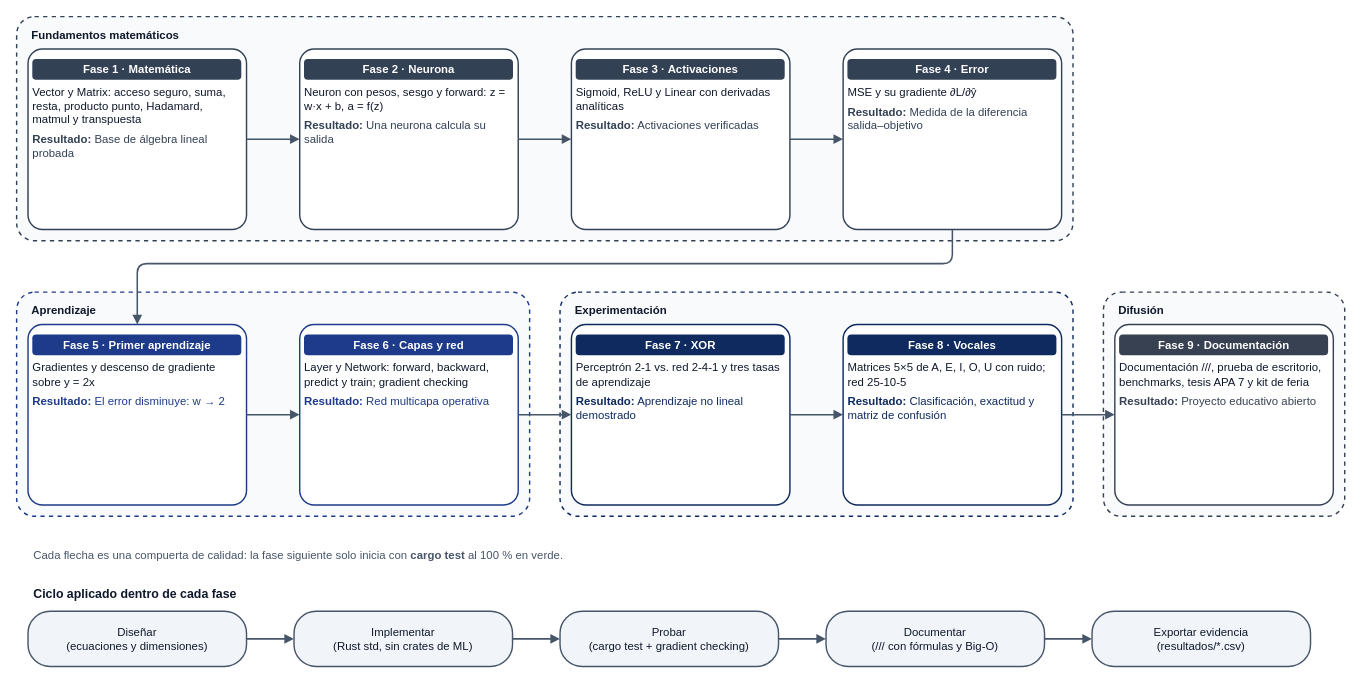
The draw.io diagram diagramas/05_fases_metodologia.drawio in Noxy-bit/Redes-Neuronales-Rust, before the edit. Source tidied: cells renumbered, new cells numbered last; positions are measured from the earlier drawing's top-left corner, leaving out a move shared by most shapes. Both pictures are drawn from the tidied source at 95%, with x=0, y=0 at pixel (16, 16).
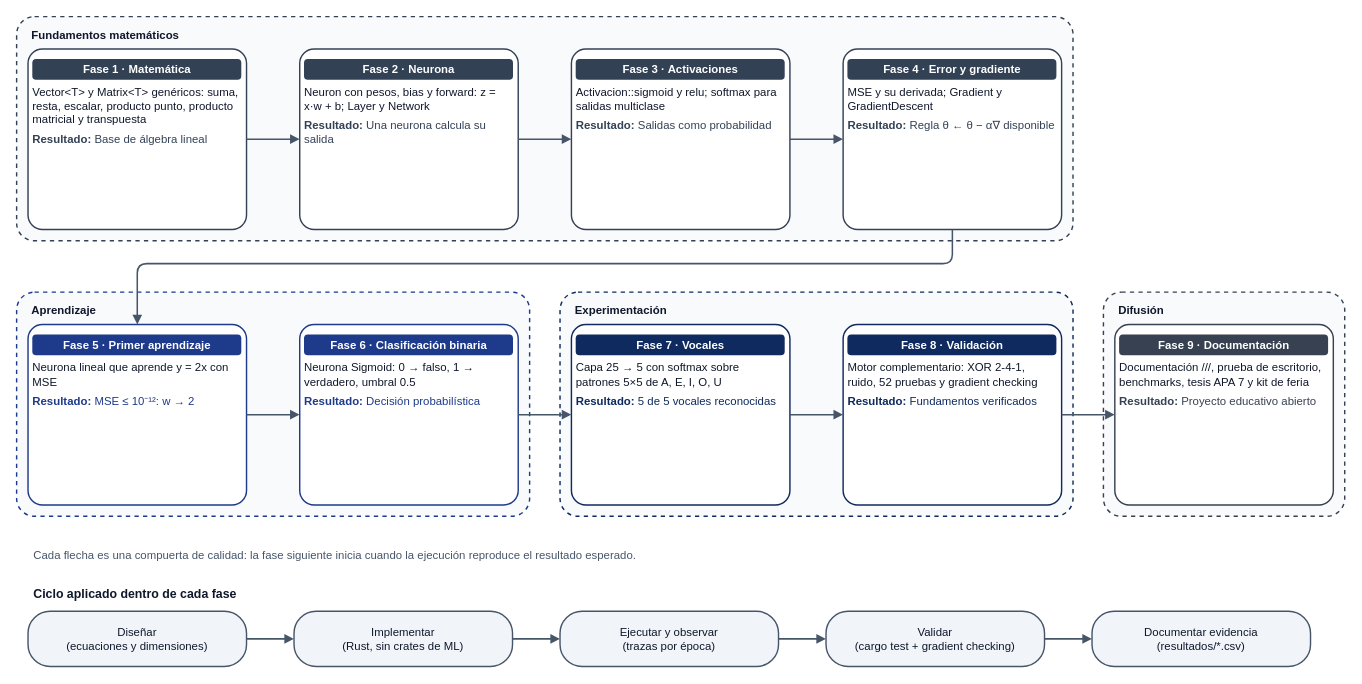
The same diagram, later.

Diff of the diagram source:
```diff
@@
-    <mxCell id="6" value="&lt;div style=&quot;background:#334155;color:#FFFFFF;padding:4px;border-radius:4px&quot;&gt;&lt;b&gt;Fase 1 · Matemática&lt;/b&gt;&lt;/div&gt;&lt;div style=&quot;text-align:left;margin-top:6px&quot;&gt;Vector y Matrix: acceso seguro, suma, resta, producto punto, Hadamard, matmul y transpuesta&lt;/div&gt;&lt;div style=&quot;text-align:left;margin-top:6px;color:#334155&quot;&gt;&lt;b&gt;Resultado:&lt;/b&gt; Base de álgebra lineal probada&lt;/div&gt;" style="rounded=1;arcSize=8;whiteSpace=wrap;html=1;fontFamily=Helvetica;fontSize=13;fontColor=#0F172A;strokeColor=#334155;fillColor=#FFFFFF;strokeWidth=1.5;spacing=6;verticalAlign=top;fontSize=12;" parent="1" vertex="1">
+    <mxCell id="6" value="&lt;div style=&quot;background:#334155;color:#FFFFFF;padding:4px;border-radius:4px&quot;&gt;&lt;b&gt;Fase 1 · Matemática&lt;/b&gt;&lt;/div&gt;&lt;div style=&quot;text-align:left;margin-top:6px&quot;&gt;Vector&amp;lt;T&amp;gt; y Matrix&amp;lt;T&amp;gt; genéricos: suma, resta, escalar, producto punto, producto matricial y transpuesta&lt;/div&gt;&lt;div style=&quot;text-align:left;margin-top:6px;color:#334155&quot;&gt;&lt;b&gt;Resultado:&lt;/b&gt; Base de álgebra lineal&lt;/div&gt;" style="rounded=1;arcSize=8;whiteSpace=wrap;html=1;fontFamily=Helvetica;fontSize=13;fontColor=#0F172A;strokeColor=#334155;fillColor=#FFFFFF;strokeWidth=1.5;spacing=6;verticalAlign=top;fontSize=12;" parent="1" vertex="1">
       <mxGeometry x="12" y="34" width="230" height="190" as="geometry" />
     </mxCell>
-    <mxCell id="7" value="&lt;div style=&quot;background:#334155;color:#FFFFFF;padding:4px;border-radius:4px&quot;&gt;&lt;b&gt;Fase 2 · Neurona&lt;/b&gt;&lt;/div&gt;&lt;div style=&quot;text-align:left;margin-top:6px&quot;&gt;Neuron con pesos, sesgo y forward: z = w·x + b, a = f(z)&lt;/div&gt;&lt;div style=&quot;text-align:left;margin-top:6px;color:#334155&quot;&gt;&lt;b&gt;Resultado:&lt;/b&gt; Una neurona calcula su salida&lt;/div&gt;" style="rounded=1;arcSize=8;whiteSpace=wrap;html=1;fontFamily=Helvetica;fontSize=13;fontColor=#0F172A;strokeColor=#334155;fillColor=#FFFFFF;strokeWidth=1.5;spacing=6;verticalAlign=top;fontSize=12;" parent="1" vertex="1">
+    <mxCell id="7" value="&lt;div style=&quot;background:#334155;color:#FFFFFF;padding:4px;border-radius:4px&quot;&gt;&lt;b&gt;Fase 2 · Neurona&lt;/b&gt;&lt;/div&gt;&lt;div style=&quot;text-align:left;margin-top:6px&quot;&gt;Neuron con pesos, bias y forward: z = x·w + b; Layer y Network&lt;/div&gt;&lt;div style=&quot;text-align:left;margin-top:6px;color:#334155&quot;&gt;&lt;b&gt;Resultado:&lt;/b&gt; Una neurona calcula su salida&lt;/div&gt;" style="rounded=1;arcSize=8;whiteSpace=wrap;html=1;fontFamily=Helvetica;fontSize=13;fontColor=#0F172A;strokeColor=#334155;fillColor=#FFFFFF;strokeWidth=1.5;spacing=6;verticalAlign=top;fontSize=12;" parent="1" vertex="1">
       <mxGeometry x="298" y="34" width="230" height="190" as="geometry" />
     </mxCell>
-    <mxCell id="8" value="&lt;div style=&quot;background:#334155;color:#FFFFFF;padding:4px;border-radius:4px&quot;&gt;&lt;b&gt;Fase 3 · Activaciones&lt;/b&gt;&lt;/div&gt;&lt;div style=&quot;text-align:left;margin-top:6px&quot;&gt;Sigmoid, ReLU y Linear con derivadas analíticas&lt;/div&gt;&lt;div style=&quot;text-align:left;margin-top:6px;color:#334155&quot;&gt;&lt;b&gt;Resultado:&lt;/b&gt; Activaciones verificadas&lt;/div&gt;" style="rounded=1;arcSize=8;whiteSpace=wrap;html=1;fontFamily=Helvetica;fontSize=13;fontColor=#0F172A;strokeColor=#334155;fillColor=#FFFFFF;strokeWidth=1.5;spacing=6;verticalAlign=top;fontSize=12;" parent="1" vertex="1">
+    <mxCell id="8" value="&lt;div style=&quot;background:#334155;color:#FFFFFF;padding:4px;border-radius:4px&quot;&gt;&lt;b&gt;Fase 3 · Activaciones&lt;/b&gt;&lt;/div&gt;&lt;div style=&quot;text-align:left;margin-top:6px&quot;&gt;Activacion::sigmoid y relu; softmax para salidas multiclase&lt;/div&gt;&lt;div style=&quot;text-align:left;margin-top:6px;color:#334155&quot;&gt;&lt;b&gt;Resultado:&lt;/b&gt; Salidas como probabilidad&lt;/div&gt;" style="rounded=1;arcSize=8;whiteSpace=wrap;html=1;fontFamily=Helvetica;fontSize=13;fontColor=#0F172A;strokeColor=#334155;fillColor=#FFFFFF;strokeWidth=1.5;spacing=6;verticalAlign=top;fontSize=12;" parent="1" vertex="1">
       <mxGeometry x="584" y="34" width="230" height="190" as="geometry" />
     </mxCell>
-    <mxCell id="9" value="&lt;div style=&quot;background:#334155;color:#FFFFFF;padding:4px;border-radius:4px&quot;&gt;&lt;b&gt;Fase 4 · Error&lt;/b&gt;&lt;/div&gt;&lt;div style=&quot;text-align:left;margin-top:6px&quot;&gt;MSE y su gradiente ∂L/∂ŷ&lt;/div&gt;&lt;div style=&quot;text-align:left;margin-top:6px;color:#334155&quot;&gt;&lt;b&gt;Resultado:&lt;/b&gt; Medida de la diferencia salida–objetivo&lt;/div&gt;" style="rounded=1;arcSize=8;whiteSpace=wrap;html=1;fontFamily=Helvetica;fontSize=13;fontColor=#0F172A;strokeColor=#334155;fillColor=#FFFFFF;strokeWidth=1.5;spacing=6;verticalAlign=top;fontSize=12;" parent="1" vertex="1">
+    <mxCell id="9" value="&lt;div style=&quot;background:#334155;color:#FFFFFF;padding:4px;border-radius:4px&quot;&gt;&lt;b&gt;Fase 4 · Error y gradiente&lt;/b&gt;&lt;/div&gt;&lt;div style=&quot;text-align:left;margin-top:6px&quot;&gt;MSE y su derivada; Gradient y GradientDescent&lt;/div&gt;&lt;div style=&quot;text-align:left;margin-top:6px;color:#334155&quot;&gt;&lt;b&gt;Resultado:&lt;/b&gt; Regla θ ← θ − α∇ disponible&lt;/div&gt;" style="rounded=1;arcSize=8;whiteSpace=wrap;html=1;fontFamily=Helvetica;fontSize=13;fontColor=#0F172A;strokeColor=#334155;fillColor=#FFFFFF;strokeWidth=1.5;spacing=6;verticalAlign=top;fontSize=12;" parent="1" vertex="1">
       <mxGeometry x="870" y="34" width="230" height="190" as="geometry" />
     </mxCell>
-    <mxCell id="10" value="&lt;div style=&quot;background:#1E3A8A;color:#FFFFFF;padding:4px;border-radius:4px&quot;&gt;&lt;b&gt;Fase 5 · Primer aprendizaje&lt;/b&gt;&lt;/div&gt;&lt;div style=&quot;text-align:left;margin-top:6px&quot;&gt;Gradientes y descenso de gradiente sobre y = 2x&lt;/div&gt;&lt;div style=&quot;text-align:left;margin-top:6px;color:#1E3A8A&quot;&gt;&lt;b&gt;Resultado:&lt;/b&gt; El error disminuye: w → 2&lt;/div&gt;" style="rounded=1;arcSize=8;whiteSpace=wrap;html=1;fontFamily=Helvetica;fontSize=13;fontColor=#0F172A;strokeColor=#1E3A8A;fillColor=#FFFFFF;strokeWidth=1.5;spacing=6;verticalAlign=top;fontSize=12;" parent="1" vertex="1">
+    <mxCell id="10" value="&lt;div style=&quot;background:#1E3A8A;color:#FFFFFF;padding:4px;border-radius:4px&quot;&gt;&lt;b&gt;Fase 5 · Primer aprendizaje&lt;/b&gt;&lt;/div&gt;&lt;div style=&quot;text-align:left;margin-top:6px&quot;&gt;Neurona lineal que aprende y = 2x con MSE&lt;/div&gt;&lt;div style=&quot;text-align:left;margin-top:6px;color:#1E3A8A&quot;&gt;&lt;b&gt;Resultado:&lt;/b&gt; MSE ≤ 10⁻¹²: w → 2&lt;/div&gt;" style="rounded=1;arcSize=8;whiteSpace=wrap;html=1;fontFamily=Helvetica;fontSize=13;fontColor=#0F172A;strokeColor=#1E3A8A;fillColor=#FFFFFF;strokeWidth=1.5;spacing=6;verticalAlign=top;fontSize=12;" parent="1" vertex="1">
       <mxGeometry x="12" y="324" width="230" height="190" as="geometry" />
     </mxCell>
-    <mxCell id="11" value="&lt;div style=&quot;background:#1E3A8A;color:#FFFFFF;padding:4px;border-radius:4px&quot;&gt;&lt;b&gt;Fase 6 · Capas y red&lt;/b&gt;&lt;/div&gt;&lt;div style=&quot;text-align:left;margin-top:6px&quot;&gt;Layer y Network: forward, backward, predict y train; gradient checking&lt;/div&gt;&lt;div style=&quot;text-align:left;margin-top:6px;color:#1E3A8A&quot;&gt;&lt;b&gt;Resultado:&lt;/b&gt; Red multicapa operativa&lt;/div&gt;" style="rounded=1;arcSize=8;whiteSpace=wrap;html=1;fontFamily=Helvetica;fontSize=13;fontColor=#0F172A;strokeColor=#1E3A8A;fillColor=#FFFFFF;strokeWidth=1.5;spacing=6;verticalAlign=top;fontSize=12;" parent="1" vertex="1">
+    <mxCell id="11" value="&lt;div style=&quot;background:#1E3A8A;color:#FFFFFF;padding:4px;border-radius:4px&quot;&gt;&lt;b&gt;Fase 6 · Clasificación binaria&lt;/b&gt;&lt;/div&gt;&lt;div style=&quot;text-align:left;margin-top:6px&quot;&gt;Neurona Sigmoid: 0 → falso, 1 → verdadero, umbral 0.5&lt;/div&gt;&lt;div style=&quot;text-align:left;margin-top:6px;color:#1E3A8A&quot;&gt;&lt;b&gt;Resultado:&lt;/b&gt; Decisión probabilística&lt;/div&gt;" style="rounded=1;arcSize=8;whiteSpace=wrap;html=1;fontFamily=Helvetica;fontSize=13;fontColor=#0F172A;strokeColor=#1E3A8A;fillColor=#FFFFFF;strokeWidth=1.5;spacing=6;verticalAlign=top;fontSize=12;" parent="1" vertex="1">
       <mxGeometry x="298" y="324" width="230" height="190" as="geometry" />
     </mxCell>
-    <mxCell id="12" value="&lt;div style=&quot;background:#0F2A5F;color:#FFFFFF;padding:4px;border-radius:4px&quot;&gt;&lt;b&gt;Fase 7 · XOR&lt;/b&gt;&lt;/div&gt;&lt;div style=&quot;text-align:left;margin-top:6px&quot;&gt;Perceptrón 2-1 vs. red 2-4-1 y tres tasas de aprendizaje&lt;/div&gt;&lt;div style=&quot;text-align:left;margin-top:6px;color:#0F2A5F&quot;&gt;&lt;b&gt;Resultado:&lt;/b&gt; Aprendizaje no lineal demostrado&lt;/div&gt;" style="rounded=1;arcSize=8;whiteSpace=wrap;html=1;fontFamily=Helvetica;fontSize=13;fontColor=#0F172A;strokeColor=#0F2A5F;fillColor=#FFFFFF;strokeWidth=1.5;spacing=6;verticalAlign=top;fontSize=12;" parent="1" vertex="1">
+    <mxCell id="12" value="&lt;div style=&quot;background:#0F2A5F;color:#FFFFFF;padding:4px;border-radius:4px&quot;&gt;&lt;b&gt;Fase 7 · Vocales&lt;/b&gt;&lt;/div&gt;&lt;div style=&quot;text-align:left;margin-top:6px&quot;&gt;Capa 25 → 5 con softmax sobre patrones 5×5 de A, E, I, O, U&lt;/div&gt;&lt;div style=&quot;text-align:left;margin-top:6px;color:#0F2A5F&quot;&gt;&lt;b&gt;Resultado:&lt;/b&gt; 5 de 5 vocales reconocidas&lt;/div&gt;" style="rounded=1;arcSize=8;whiteSpace=wrap;html=1;fontFamily=Helvetica;fontSize=13;fontColor=#0F172A;strokeColor=#0F2A5F;fillColor=#FFFFFF;strokeWidth=1.5;spacing=6;verticalAlign=top;fontSize=12;" parent="1" vertex="1">
       <mxGeometry x="584" y="324" width="230" height="190" as="geometry" />
     </mxCell>
-    <mxCell id="13" value="&lt;div style=&quot;background:#0F2A5F;color:#FFFFFF;padding:4px;border-radius:4px&quot;&gt;&lt;b&gt;Fase 8 · Vocales&lt;/b&gt;&lt;/div&gt;&lt;div style=&quot;text-align:left;margin-top:6px&quot;&gt;Matrices 5×5 de A, E, I, O, U con ruido; red 25-10-5&lt;/div&gt;&lt;div style=&quot;text-align:left;margin-top:6px;color:#0F2A5F&quot;&gt;&lt;b&gt;Resultado:&lt;/b&gt; Clasificación, exactitud y matriz de confusión&lt;/div&gt;" style="rounded=1;arcSize=8;whiteSpace=wrap;html=1;fontFamily=Helvetica;fontSize=13;fontColor=#0F172A;strokeColor=#0F2A5F;fillColor=#FFFFFF;strokeWidth=1.5;spacing=6;verticalAlign=top;fontSize=12;" parent="1" vertex="1">
+    <mxCell id="13" value="&lt;div style=&quot;background:#0F2A5F;color:#FFFFFF;padding:4px;border-radius:4px&quot;&gt;&lt;b&gt;Fase 8 · Validación&lt;/b&gt;&lt;/div&gt;&lt;div style=&quot;text-align:left;margin-top:6px&quot;&gt;Motor complementario: XOR 2-4-1, ruido, 52 pruebas y gradient checking&lt;/div&gt;&lt;div style=&quot;text-align:left;margin-top:6px;color:#0F2A5F&quot;&gt;&lt;b&gt;Resultado:&lt;/b&gt; Fundamentos verificados&lt;/div&gt;" style="rounded=1;arcSize=8;whiteSpace=wrap;html=1;fontFamily=Helvetica;fontSize=13;fontColor=#0F172A;strokeColor=#0F2A5F;fillColor=#FFFFFF;strokeWidth=1.5;spacing=6;verticalAlign=top;fontSize=12;" parent="1" vertex="1">
       <mxGeometry x="870" y="324" width="230" height="190" as="geometry" />
     </mxCell>
@@
-    <mxCell id="23" value="Cada flecha es una compuerta de calidad: la fase siguiente solo inicia con &lt;b&gt;cargo test&lt;/b&gt; al 100 % en verde." style="rounded=1;arcSize=8;whiteSpace=wrap;html=1;fontFamily=Helvetica;fontSize=13;fontColor=#0F172A;strokeColor=#0F2A5F;fillColor=#FFFFFF;strokeWidth=1.5;spacing=6;strokeColor=none;fillColor=none;align=left;fontSize=12;fontColor=#475569;" parent="1" vertex="1">
+    <mxCell id="23" value="Cada flecha es una compuerta de calidad: la fase siguiente inicia cuando la ejecución reproduce el resultado esperado." style="rounded=1;arcSize=8;whiteSpace=wrap;html=1;fontFamily=Helvetica;fontSize=13;fontColor=#0F172A;strokeColor=#0F2A5F;fillColor=#FFFFFF;strokeWidth=1.5;spacing=6;strokeColor=none;fillColor=none;align=left;fontSize=12;fontColor=#475569;" parent="1" vertex="1">
       <mxGeometry x="12" y="554" width="1200" height="26" as="geometry" />
     </mxCell>
@@
-    <mxCell id="26" value="Implementar&lt;br&gt;(Rust std, sin crates de ML)" style="rounded=1;arcSize=8;whiteSpace=wrap;html=1;fontFamily=Helvetica;fontSize=13;fontColor=#0F172A;strokeColor=#475569;fillColor=#F1F5F9;strokeWidth=1.5;spacing=6;fontSize=12;arcSize=40;" parent="1" vertex="1">
+    <mxCell id="26" value="Implementar&lt;br&gt;(Rust, sin crates de ML)" style="rounded=1;arcSize=8;whiteSpace=wrap;html=1;fontFamily=Helvetica;fontSize=13;fontColor=#0F172A;strokeColor=#475569;fillColor=#F1F5F9;strokeWidth=1.5;spacing=6;fontSize=12;arcSize=40;" parent="1" vertex="1">
       <mxGeometry x="292" y="626" width="230" height="58" as="geometry" />
     </mxCell>
@@
-    <mxCell id="28" value="Probar&lt;br&gt;(cargo test + gradient checking)" style="rounded=1;arcSize=8;whiteSpace=wrap;html=1;fontFamily=Helvetica;fontSize=13;fontColor=#0F172A;strokeColor=#475569;fillColor=#F1F5F9;strokeWidth=1.5;spacing=6;fontSize=12;arcSize=40;" parent="1" vertex="1">
+    <mxCell id="28" value="Ejecutar y observar&lt;br&gt;(trazas por época)" style="rounded=1;arcSize=8;whiteSpace=wrap;html=1;fontFamily=Helvetica;fontSize=13;fontColor=#0F172A;strokeColor=#475569;fillColor=#F1F5F9;strokeWidth=1.5;spacing=6;fontSize=12;arcSize=40;" parent="1" vertex="1">
       <mxGeometry x="572" y="626" width="230" height="58" as="geometry" />
     </mxCell>
@@
-    <mxCell id="30" value="Documentar&lt;br&gt;(/// con fórmulas y Big-O)" style="rounded=1;arcSize=8;whiteSpace=wrap;html=1;fontFamily=Helvetica;fontSize=13;fontColor=#0F172A;strokeColor=#475569;fillColor=#F1F5F9;strokeWidth=1.5;spacing=6;fontSize=12;arcSize=40;" parent="1" vertex="1">
+    <mxCell id="30" value="Validar&lt;br&gt;(cargo test + gradient checking)" style="rounded=1;arcSize=8;whiteSpace=wrap;html=1;fontFamily=Helvetica;fontSize=13;fontColor=#0F172A;strokeColor=#475569;fillColor=#F1F5F9;strokeWidth=1.5;spacing=6;fontSize=12;arcSize=40;" parent="1" vertex="1">
       <mxGeometry x="852" y="626" width="230" height="58" as="geometry" />
     </mxCell>
@@
-    <mxCell id="32" value="Exportar evidencia&lt;br&gt;(resultados/*.csv)" style="rounded=1;arcSize=8;whiteSpace=wrap;html=1;fontFamily=Helvetica;fontSize=13;fontColor=#0F172A;strokeColor=#475569;fillColor=#F1F5F9;strokeWidth=1.5;spacing=6;fontSize=12;arcSize=40;" parent="1" vertex="1">
+    <mxCell id="32" value="Documentar evidencia&lt;br&gt;(resultados/*.csv)" style="rounded=1;arcSize=8;whiteSpace=wrap;html=1;fontFamily=Helvetica;fontSize=13;fontColor=#0F172A;strokeColor=#475569;fillColor=#F1F5F9;strokeWidth=1.5;spacing=6;fontSize=12;arcSize=40;" parent="1" vertex="1">
       <mxGeometry x="1132" y="626" width="230" height="58" as="geometry" />
     </mxCell>
```
